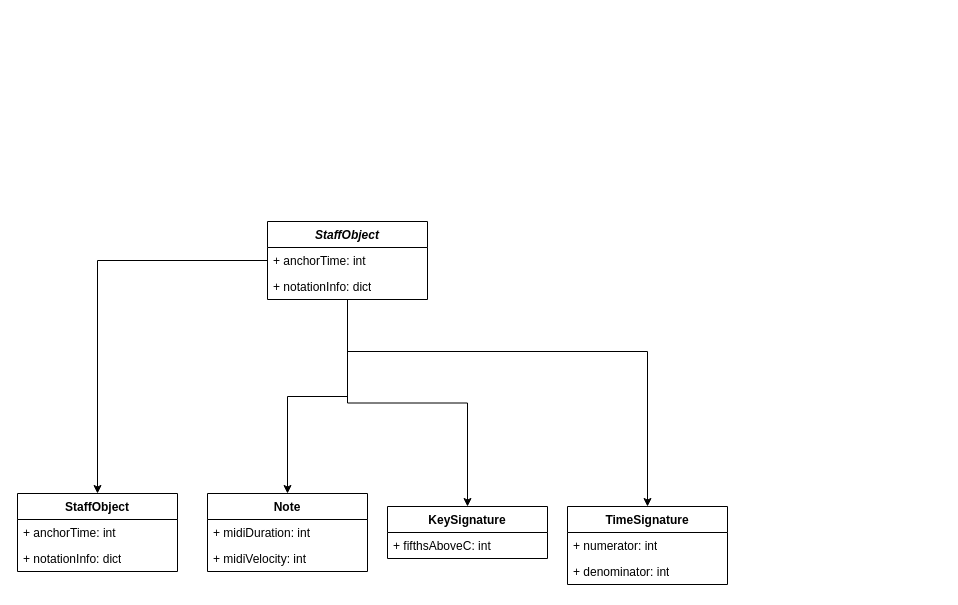
Before: docs/flowcharts/2 data structure.drawio in Bingergie/midi2musicxml, a draw.io diagram. Source tidied: cells renumbered, new cells numbered last; positions are measured from the earlier drawing's top-left corner, leaving out a move shared by most shapes. Both pictures are drawn from the tidied source at 100%, with x=0, y=0 at pixel (17, 221).
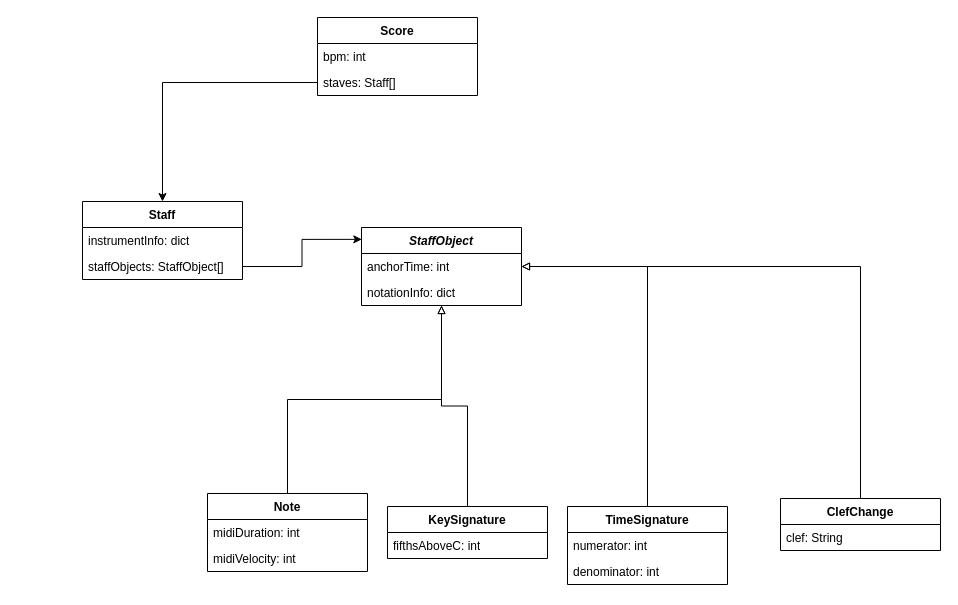
The same diagram, later.

Unchanged cells that the change refers to:
```xml
<mxCell id="9" value="Note" style="swimlane;fontStyle=1;align=center;verticalAlign=top;horizontal=1;startSize=26;whiteSpace=wrap;html=1;" parent="1" vertex="1">
  <mxGeometry x="190" y="272" width="160" height="78" as="geometry" />
</mxCell>
<mxCell id="12" value="TimeSignature" style="swimlane;fontStyle=1;align=center;verticalAlign=top;horizontal=1;startSize=26;whiteSpace=wrap;html=1;" parent="1" vertex="1">
  <mxGeometry x="550" y="285" width="160" height="78" as="geometry" />
</mxCell>
<mxCell id="15" value="KeySignature" style="swimlane;fontStyle=1;align=center;verticalAlign=top;horizontal=1;startSize=26;whiteSpace=wrap;html=1;" parent="1" vertex="1">
  <mxGeometry x="370" y="285" width="160" height="52" as="geometry" />
</mxCell>
```

Diff of the diagram source:
```diff
@@
-    <mxCell id="2" style="edgeStyle=orthogonalEdgeStyle;rounded=0;jettySize=auto;html=1;" parent="1" edge="1" source="6" target="9">
+    <mxCell id="2" style="edgeStyle=orthogonalEdgeStyle;rounded=0;jettySize=auto;html=1;startArrow=block;startFill=0;endArrow=none;endFill=0;" parent="1" edge="1" source="6" target="9">
       <mxGeometry relative="1" as="geometry" />
     </mxCell>
+    <mxCell id="4" style="edgeStyle=orthogonalEdgeStyle;rounded=0;jettySize=auto;html=1;startArrow=block;startFill=0;endArrow=none;endFill=0;" parent="1" edge="1" source="6" target="15">
+      <mxGeometry relative="1" as="geometry" />
+    </mxCell>
-    <mxCell id="3" style="edgeStyle=orthogonalEdgeStyle;rounded=0;jettySize=auto;html=1;" parent="1" edge="1" source="6" target="12">
-      <mxGeometry relative="1" as="geometry">
-        <Array as="points">
-          <mxPoint x="330" y="130" />
-          <mxPoint x="630" y="130" />
-        </Array>
-      </mxGeometry>
+    <mxCell id="3" style="edgeStyle=orthogonalEdgeStyle;rounded=0;jettySize=auto;html=1;endArrow=none;endFill=0;startArrow=block;startFill=0;" parent="1" edge="1" source="6" target="12">
+      <mxGeometry relative="1" as="geometry" />
     </mxCell>
-    <mxCell id="4" style="edgeStyle=orthogonalEdgeStyle;rounded=0;jettySize=auto;html=1;" parent="1" edge="1" source="6" target="15">
-      <mxGeometry relative="1" as="geometry" />
-    </mxCell>
-    <mxCell id="5" style="edgeStyle=orthogonalEdgeStyle;rounded=0;jettySize=auto;html=1;" parent="1" edge="1" source="6" target="17">
-      <mxGeometry relative="1" as="geometry" />
-    </mxCell>
+    <mxCell id="20" style="edgeStyle=orthogonalEdgeStyle;rounded=0;jettySize=auto;html=1;entryX=0.5;entryY=0;entryDx=0;entryDy=0;startArrow=block;startFill=0;endArrow=none;endFill=0;" parent="1" edge="1" source="6" target="25">
+      <mxGeometry relative="1" as="geometry" />
+    </mxCell>
     <mxCell id="6" value="&lt;i&gt;StaffObject&lt;/i&gt;" style="swimlane;fontStyle=1;align=center;verticalAlign=top;horizontal=1;startSize=26;whiteSpace=wrap;html=1;" parent="1" vertex="1">
-      <mxGeometry x="250" width="160" height="78" as="geometry" />
+      <mxGeometry x="344" y="6" width="160" height="78" as="geometry" />
     </mxCell>
-    <mxCell id="7" value="+ anchorTime: int" style="text;strokeColor=none;fillColor=none;align=left;verticalAlign=top;spacingLeft=4;spacingRight=4;overflow=hidden;whiteSpace=wrap;html=1;" parent="6" vertex="1">
+    <mxCell id="7" value="anchorTime: int" style="text;strokeColor=none;fillColor=none;align=left;verticalAlign=top;spacingLeft=4;spacingRight=4;overflow=hidden;whiteSpace=wrap;html=1;" parent="6" vertex="1">
       <mxGeometry y="26" width="160" height="26" as="geometry" />
     </mxCell>
-    <mxCell id="8" value="+ notationInfo: dict" style="text;strokeColor=none;fillColor=none;align=left;verticalAlign=top;spacingLeft=4;spacingRight=4;overflow=hidden;whiteSpace=wrap;html=1;" parent="6" vertex="1">
+    <mxCell id="8" value="notationInfo: dict" style="text;strokeColor=none;fillColor=none;align=left;verticalAlign=top;spacingLeft=4;spacingRight=4;overflow=hidden;whiteSpace=wrap;html=1;" parent="6" vertex="1">
       <mxGeometry y="52" width="160" height="26" as="geometry" />
     </mxCell>
@@
-    <mxCell id="10" value="+ midiDuration: int" style="text;strokeColor=none;fillColor=none;align=left;verticalAlign=top;spacingLeft=4;spacingRight=4;overflow=hidden;whiteSpace=wrap;html=1;" parent="9" vertex="1">
+    <mxCell id="10" value="midiDuration: int" style="text;strokeColor=none;fillColor=none;align=left;verticalAlign=top;spacingLeft=4;spacingRight=4;overflow=hidden;whiteSpace=wrap;html=1;" parent="9" vertex="1">
       <mxGeometry y="26" width="160" height="26" as="geometry" />
     </mxCell>
-    <mxCell id="11" value="+ midiVelocity: int" style="text;strokeColor=none;fillColor=none;align=left;verticalAlign=top;spacingLeft=4;spacingRight=4;overflow=hidden;whiteSpace=wrap;html=1;" parent="9" vertex="1">
+    <mxCell id="11" value="midiVelocity: int" style="text;strokeColor=none;fillColor=none;align=left;verticalAlign=top;spacingLeft=4;spacingRight=4;overflow=hidden;whiteSpace=wrap;html=1;" parent="9" vertex="1">
       <mxGeometry y="52" width="160" height="26" as="geometry" />
     </mxCell>
@@
-    <mxCell id="13" value="+ numerator: int" style="text;strokeColor=none;fillColor=none;align=left;verticalAlign=top;spacingLeft=4;spacingRight=4;overflow=hidden;whiteSpace=wrap;html=1;" parent="12" vertex="1">
+    <mxCell id="13" value="numerator: int" style="text;strokeColor=none;fillColor=none;align=left;verticalAlign=top;spacingLeft=4;spacingRight=4;overflow=hidden;whiteSpace=wrap;html=1;" parent="12" vertex="1">
       <mxGeometry y="26" width="160" height="26" as="geometry" />
     </mxCell>
-    <mxCell id="14" value="+ denominator: int" style="text;strokeColor=none;fillColor=none;align=left;verticalAlign=top;spacingLeft=4;spacingRight=4;overflow=hidden;whiteSpace=wrap;html=1;" parent="12" vertex="1">
+    <mxCell id="14" value="denominator: int" style="text;strokeColor=none;fillColor=none;align=left;verticalAlign=top;spacingLeft=4;spacingRight=4;overflow=hidden;whiteSpace=wrap;html=1;" parent="12" vertex="1">
       <mxGeometry y="52" width="160" height="26" as="geometry" />
     </mxCell>
@@
-    <mxCell id="16" value="+ fifthsAboveC: int" style="text;strokeColor=none;fillColor=none;align=left;verticalAlign=top;spacingLeft=4;spacingRight=4;overflow=hidden;whiteSpace=wrap;html=1;" parent="15" vertex="1">
+    <mxCell id="16" value="fifthsAboveC: int" style="text;strokeColor=none;fillColor=none;align=left;verticalAlign=top;spacingLeft=4;spacingRight=4;overflow=hidden;whiteSpace=wrap;html=1;" parent="15" vertex="1">
       <mxGeometry y="26" width="160" height="26" as="geometry" />
     </mxCell>
-    <mxCell id="17" value="StaffObject" style="swimlane;fontStyle=1;align=center;verticalAlign=top;horizontal=1;startSize=26;whiteSpace=wrap;html=1;" parent="1" vertex="1">
-      <mxGeometry y="272" width="160" height="78" as="geometry" />
-    </mxCell>
-    <mxCell id="18" value="+ anchorTime: int" style="text;strokeColor=none;fillColor=none;align=left;verticalAlign=top;spacingLeft=4;spacingRight=4;overflow=hidden;whiteSpace=wrap;html=1;" parent="17" vertex="1">
-      <mxGeometry y="26" width="160" height="26" as="geometry" />
-    </mxCell>
-    <mxCell id="19" value="+ notationInfo: dict" style="text;strokeColor=none;fillColor=none;align=left;verticalAlign=top;spacingLeft=4;spacingRight=4;overflow=hidden;whiteSpace=wrap;html=1;" parent="17" vertex="1">
-      <mxGeometry y="52" width="160" height="26" as="geometry" />
-    </mxCell>
+    <mxCell id="21" value="Staff" style="swimlane;fontStyle=1;align=center;verticalAlign=top;horizontal=1;startSize=26;whiteSpace=wrap;html=1;" parent="1" vertex="1">
+      <mxGeometry x="65" y="-20" width="160" height="78" as="geometry" />
+    </mxCell>
+    <mxCell id="22" value="instrumentInfo: dict" style="text;strokeColor=none;fillColor=none;align=left;verticalAlign=top;spacingLeft=4;spacingRight=4;overflow=hidden;whiteSpace=wrap;html=1;" parent="21" vertex="1">
+      <mxGeometry y="26" width="160" height="26" as="geometry" />
+    </mxCell>
+    <mxCell id="23" value="staffObjects: StaffObject[]" style="text;strokeColor=none;fillColor=none;align=left;verticalAlign=top;spacingLeft=4;spacingRight=4;overflow=hidden;points=[[0,0.5],[1,0.5]];portConstraint=eastwest;whiteSpace=wrap;html=1;" parent="21" vertex="1">
+      <mxGeometry y="52" width="160" height="26" as="geometry" />
+    </mxCell>
+    <mxCell id="24" style="edgeStyle=orthogonalEdgeStyle;rounded=0;jettySize=auto;html=1;entryX=0.002;entryY=0.152;entryDx=0;entryDy=0;entryPerimeter=0;" parent="1" edge="1" source="23" target="6">
+      <mxGeometry relative="1" as="geometry" />
+    </mxCell>
+    <mxCell id="25" value="ClefChange" style="swimlane;fontStyle=1;align=center;verticalAlign=top;horizontal=1;startSize=26;whiteSpace=wrap;html=1;" parent="1" vertex="1">
+      <mxGeometry x="763" y="277" width="160" height="52" as="geometry" />
+    </mxCell>
+    <mxCell id="26" value="clef: String" style="text;strokeColor=none;fillColor=none;align=left;verticalAlign=top;spacingLeft=4;spacingRight=4;overflow=hidden;whiteSpace=wrap;html=1;" parent="25" vertex="1">
+      <mxGeometry y="26" width="160" height="26" as="geometry" />
+    </mxCell>
+    <mxCell id="27" value="Score" style="swimlane;fontStyle=1;align=center;verticalAlign=top;horizontal=1;startSize=26;whiteSpace=wrap;html=1;" parent="1" vertex="1">
+      <mxGeometry x="300" y="-204" width="160" height="78" as="geometry" />
+    </mxCell>
+    <mxCell id="28" value="bpm: int" style="text;strokeColor=none;fillColor=none;align=left;verticalAlign=top;spacingLeft=4;spacingRight=4;overflow=hidden;whiteSpace=wrap;html=1;" parent="27" vertex="1">
+      <mxGeometry y="26" width="160" height="26" as="geometry" />
+    </mxCell>
+    <mxCell id="29" value="staves: Staff[]" style="text;strokeColor=none;fillColor=none;align=left;verticalAlign=top;spacingLeft=4;spacingRight=4;overflow=hidden;points=[[0,0.5],[1,0.5]];portConstraint=eastwest;whiteSpace=wrap;html=1;" parent="27" vertex="1">
+      <mxGeometry y="52" width="160" height="26" as="geometry" />
+    </mxCell>
+    <mxCell id="30" style="edgeStyle=orthogonalEdgeStyle;rounded=0;jettySize=auto;html=1;" parent="1" edge="1" source="29" target="21">
+      <mxGeometry relative="1" as="geometry" />
+    </mxCell>
```
